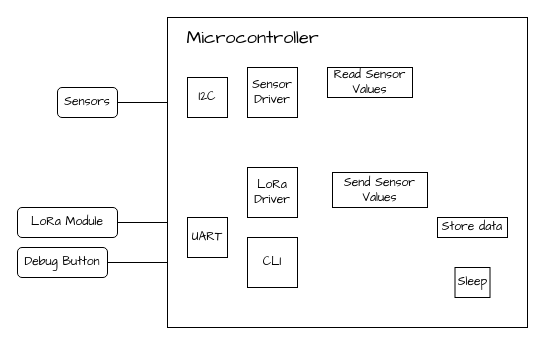
Before: week_6/img/softwareBlockDiagram.drawio in raynayx/OrangeStars, a draw.io diagram. Source tidied: cells renumbered, new cells numbered last; positions are measured from the earlier drawing's top-left corner, leaving out a move shared by most shapes. Both pictures are drawn from the tidied source at 100%, with x=0, y=0 at pixel (17, 17).
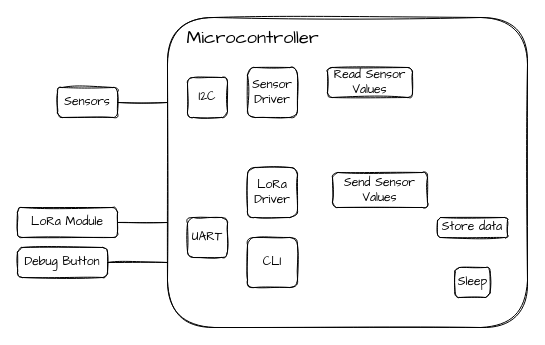
The same page after the edit.

What changed in the source:
```diff
@@
-    <mxCell id="2" value="Sensors" style="rounded=1;whiteSpace=wrap;html=1;fontFamily=Comic Sans MS;" parent="1" vertex="1">
+    <mxCell id="2" value="Sensors" style="rounded=1;whiteSpace=wrap;html=1;fontFamily=Comic Sans MS;sketch=1;" parent="1" vertex="1">
       <mxGeometry x="40" y="70" width="60" height="30" as="geometry" />
     </mxCell>
-    <mxCell id="3" value="LoRa Module" style="rounded=1;whiteSpace=wrap;html=1;fontFamily=Comic Sans MS;" parent="1" vertex="1">
+    <mxCell id="3" value="LoRa Module" style="rounded=1;whiteSpace=wrap;html=1;fontFamily=Comic Sans MS;sketch=1;" parent="1" vertex="1">
       <mxGeometry y="190" width="100" height="30" as="geometry" />
     </mxCell>
-    <mxCell id="4" style="rounded=0;whiteSpace=wrap;html=1;" parent="1" vertex="1">
+    <mxCell id="4" style="rounded=1;whiteSpace=wrap;html=1;sketch=1;" parent="1" vertex="1">
       <mxGeometry x="150" width="360" height="310" as="geometry" />
     </mxCell>
-    <mxCell id="5" value="I2C" style="whiteSpace=wrap;html=1;fontFamily=Comic Sans MS;" parent="1" vertex="1">
+    <mxCell id="5" value="I2C" style="whiteSpace=wrap;html=1;fontFamily=Comic Sans MS;sketch=1;rounded=1;" parent="1" vertex="1">
       <mxGeometry x="170" y="60" width="40" height="40" as="geometry" />
     </mxCell>
-    <mxCell id="6" value="UART" style="whiteSpace=wrap;html=1;fontFamily=Comic Sans MS;" parent="1" vertex="1">
+    <mxCell id="6" value="UART" style="whiteSpace=wrap;html=1;fontFamily=Comic Sans MS;sketch=1;rounded=1;" parent="1" vertex="1">
       <mxGeometry x="170" y="200" width="40" height="40" as="geometry" />
     </mxCell>
-    <mxCell id="7" value="LoRa Driver" style="whiteSpace=wrap;html=1;fontFamily=Comic Sans MS;" parent="1" vertex="1">
+    <mxCell id="7" value="LoRa Driver" style="whiteSpace=wrap;html=1;fontFamily=Comic Sans MS;sketch=1;rounded=1;" parent="1" vertex="1">
       <mxGeometry x="230" y="150" width="50" height="50" as="geometry" />
     </mxCell>
-    <mxCell id="8" value="Sensor&lt;br&gt;Driver" style="whiteSpace=wrap;html=1;fontFamily=Comic Sans MS;" parent="1" vertex="1">
+    <mxCell id="8" value="Sensor&lt;br&gt;Driver" style="whiteSpace=wrap;html=1;fontFamily=Comic Sans MS;sketch=1;rounded=1;" parent="1" vertex="1">
       <mxGeometry x="230" y="50" width="50" height="50" as="geometry" />
     </mxCell>
-    <mxCell id="9" value="CLI" style="whiteSpace=wrap;html=1;fontFamily=Comic Sans MS;" parent="1" vertex="1">
+    <mxCell id="9" value="CLI" style="whiteSpace=wrap;html=1;fontFamily=Comic Sans MS;sketch=1;rounded=1;" parent="1" vertex="1">
       <mxGeometry x="230" y="220" width="50" height="50" as="geometry" />
     </mxCell>
-    <mxCell id="10" value="Read Sensor Values" style="rounded=0;whiteSpace=wrap;html=1;fontFamily=Comic Sans MS;" parent="1" vertex="1">
+    <mxCell id="10" value="Read Sensor Values" style="rounded=1;whiteSpace=wrap;html=1;fontFamily=Comic Sans MS;sketch=1;" parent="1" vertex="1">
       <mxGeometry x="310" y="50" width="85" height="30" as="geometry" />
     </mxCell>
-    <mxCell id="11" value="Send Sensor Values" style="rounded=0;whiteSpace=wrap;html=1;fontFamily=Comic Sans MS;" parent="1" vertex="1">
+    <mxCell id="11" value="Send Sensor Values" style="rounded=1;whiteSpace=wrap;html=1;fontFamily=Comic Sans MS;sketch=1;" parent="1" vertex="1">
       <mxGeometry x="315" y="155" width="95" height="35" as="geometry" />
     </mxCell>
-    <mxCell id="12" value="Store data" style="rounded=0;whiteSpace=wrap;html=1;fontFamily=Comic Sans MS;" parent="1" vertex="1">
+    <mxCell id="12" value="Store data" style="rounded=1;whiteSpace=wrap;html=1;fontFamily=Comic Sans MS;sketch=1;" parent="1" vertex="1">
       <mxGeometry x="420" y="200" width="70" height="20" as="geometry" />
     </mxCell>
-    <mxCell id="13" value="Sleep" style="rounded=0;whiteSpace=wrap;html=1;fontFamily=Comic Sans MS;" parent="1" vertex="1">
+    <mxCell id="13" value="Sleep" style="rounded=1;whiteSpace=wrap;html=1;fontFamily=Comic Sans MS;sketch=1;" parent="1" vertex="1">
       <mxGeometry x="437.5" y="250" width="35" height="30" as="geometry" />
     </mxCell>
-    <mxCell id="14" value="Debug Button" style="rounded=1;whiteSpace=wrap;html=1;fontFamily=Comic Sans MS;" parent="1" vertex="1">
+    <mxCell id="14" value="Debug Button" style="rounded=1;whiteSpace=wrap;html=1;fontFamily=Comic Sans MS;sketch=1;" parent="1" vertex="1">
       <mxGeometry y="230" width="90" height="30" as="geometry" />
     </mxCell>
-    <mxCell id="15" value="&lt;font face=&quot;Comic Sans MS&quot; style=&quot;font-size: 18px&quot;&gt;Microcontroller&lt;/font&gt;" style="text;html=1;align=center;verticalAlign=middle;strokeColor=none;fillColor=none;" parent="1" vertex="1">
+    <mxCell id="15" value="&lt;font face=&quot;Comic Sans MS&quot; style=&quot;font-size: 18px&quot;&gt;Microcontroller&lt;/font&gt;" style="text;html=1;align=center;verticalAlign=middle;strokeColor=none;fillColor=none;sketch=1;rounded=1;" parent="1" vertex="1">
       <mxGeometry x="160" y="10" width="150" height="20" as="geometry" />
     </mxCell>
-    <mxCell id="16" style="endArrow=none;html=1;rounded=0;fontFamily=Comic Sans MS;fontSize=18;exitX=1;exitY=0.5;exitDx=0;exitDy=0;" parent="1" edge="1" source="2">
+    <mxCell id="16" style="endArrow=none;html=1;rounded=1;fontFamily=Comic Sans MS;fontSize=18;exitX=1;exitY=0.5;exitDx=0;exitDy=0;sketch=1;" parent="1" edge="1" source="2">
       <mxGeometry relative="1" as="geometry">
         <mxPoint x="150" y="85" as="targetPoint" />
         <Array as="points">
           <mxPoint x="100" y="84.5" />
         </Array>
       </mxGeometry>
     </mxCell>
-    <mxCell id="17" style="endArrow=none;html=1;rounded=0;fontFamily=Comic Sans MS;fontSize=18;exitX=1;exitY=0.5;exitDx=0;exitDy=0;" parent="1" edge="1" source="3">
+    <mxCell id="17" style="endArrow=none;html=1;rounded=1;fontFamily=Comic Sans MS;fontSize=18;exitX=1;exitY=0.5;exitDx=0;exitDy=0;sketch=1;" parent="1" edge="1" source="3">
       <mxGeometry relative="1" as="geometry">
         <mxPoint x="150" y="205" as="targetPoint" />
       </mxGeometry>
     </mxCell>
-    <mxCell id="18" style="endArrow=none;html=1;rounded=0;fontFamily=Comic Sans MS;fontSize=18;exitX=1;exitY=0.5;exitDx=0;exitDy=0;" parent="1" edge="1" source="14">
+    <mxCell id="18" style="endArrow=none;html=1;rounded=1;fontFamily=Comic Sans MS;fontSize=18;exitX=1;exitY=0.5;exitDx=0;exitDy=0;sketch=1;" parent="1" edge="1" source="14">
       <mxGeometry relative="1" as="geometry">
         <mxPoint x="150" y="245" as="targetPoint" />
       </mxGeometry>
     </mxCell>
```
